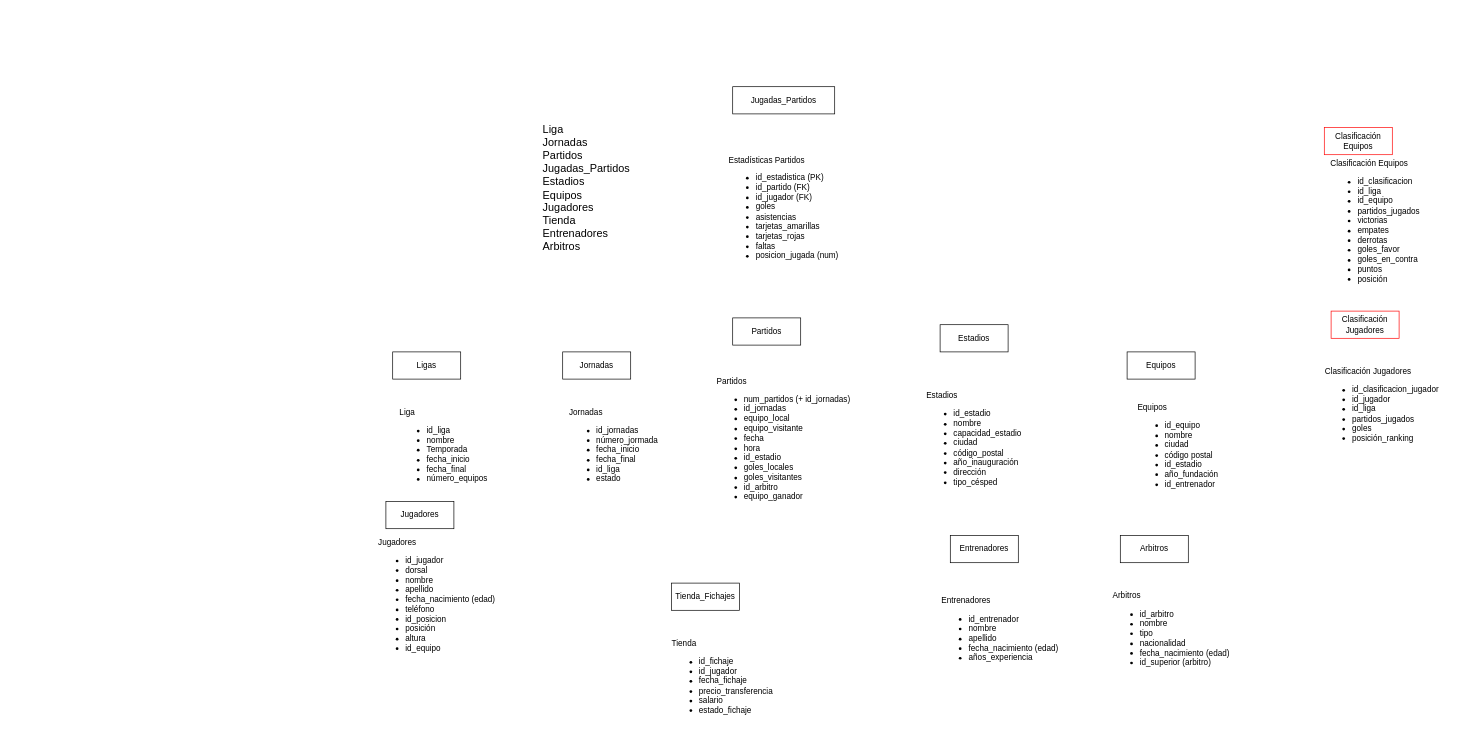
The draw.io diagram page "CONTENIDO" (1 of 2) of MODELO Xtart Manager.drawio in LauraOtero05/Proyecto_2_Trimestre--BASE-DE-DATOS, before the edit. Source tidied: cells renumbered, new cells numbered last; positions are measured from the earlier drawing's top-left corner, leaving out a move shared by most shapes. Both pictures are drawn from the tidied source at 68%, with x=0, y=0 at pixel (352, 86).
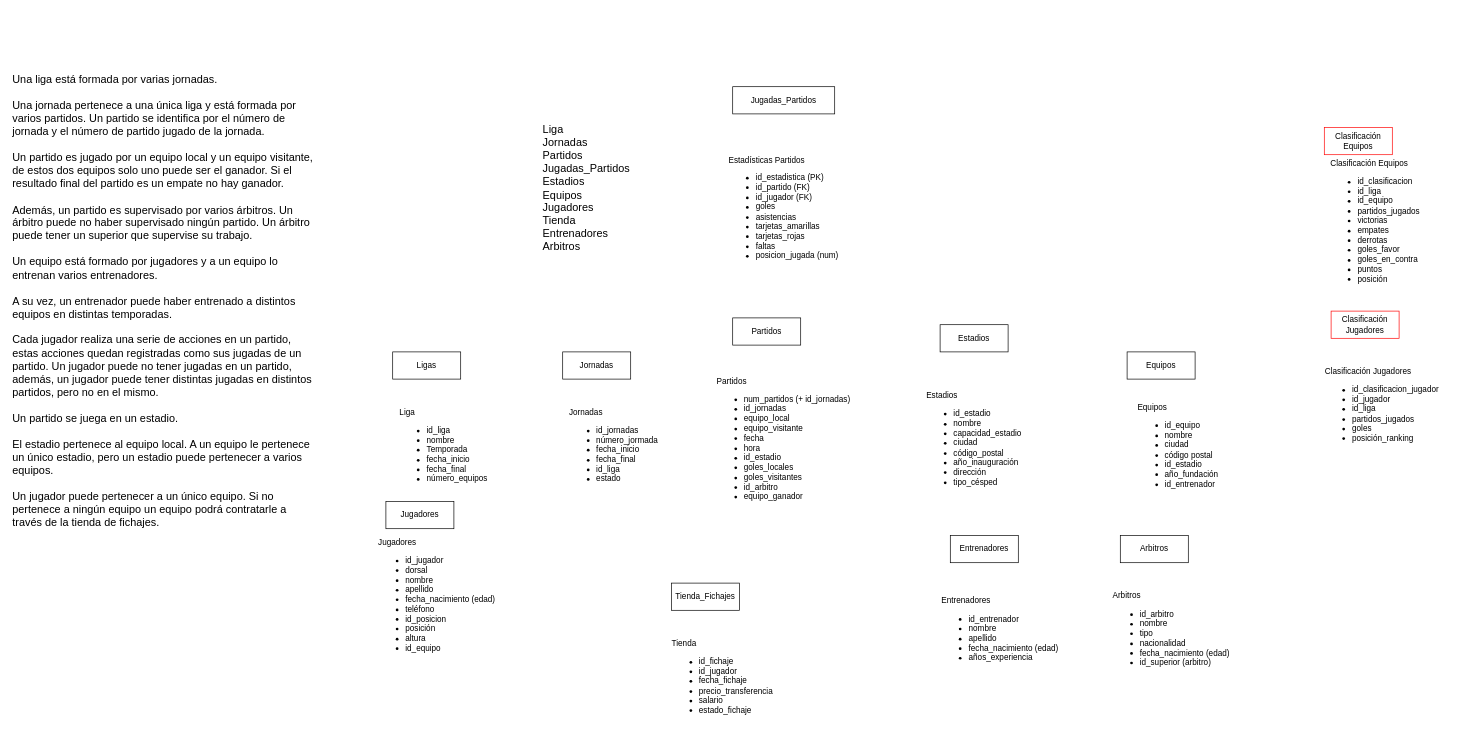
The same page after the edit.

What changed in the source:
```diff
@@
+    <mxCell id="27" value="&lt;div style=&quot;text-align: left;&quot;&gt;&lt;div&gt;Una liga está formada por varias jornadas.&amp;nbsp;&lt;/div&gt;&lt;div&gt;&lt;br&gt;&lt;/div&gt;&lt;div&gt;Una jornada pertenece a una única liga y está formada por varios partidos. Un partido se identifica por el número de jornada y el número de partido jugado de la jornada.&lt;/div&gt;&lt;div&gt;&lt;br&gt;&lt;/div&gt;&lt;div&gt;Un partido es jugado por un equipo local y un equipo visitante, de estos dos equipos solo uno puede ser el ganador. Si el resultado final del partido es un empate no hay ganador.&lt;/div&gt;&lt;div&gt;&lt;br&gt;&lt;/div&gt;&lt;div&gt;Además, un partido es supervisado por varios árbitros. Un árbitro puede no haber supervisado ningún partido. Un árbitro puede tener un superior que supervise su trabajo.&amp;nbsp;&lt;/div&gt;&lt;div&gt;&lt;br&gt;&lt;/div&gt;&lt;div&gt;Un equipo está formado por jugadores y a un equipo lo entrenan varios entrenadores.&amp;nbsp;&lt;/div&gt;&lt;div&gt;&lt;br&gt;&lt;/div&gt;&lt;div&gt;A su vez, un entrenador puede haber entrenado a distintos equipos en distintas temporadas.&amp;nbsp;&lt;/div&gt;&lt;div&gt;&lt;br&gt;&lt;/div&gt;&lt;div&gt;Cada jugador realiza una serie de acciones en un partido, estas acciones quedan registradas como sus jugadas de un partido. Un jugador puede no tener jugadas en un partido, además, un jugador puede tener distintas jugadas en distintos partidos, pero no en el mismo.&lt;/div&gt;&lt;div&gt;&lt;br&gt;&lt;/div&gt;&lt;div&gt;Un partido se juega en un estadio.&amp;nbsp;&lt;/div&gt;&lt;div&gt;&lt;br&gt;&lt;/div&gt;&lt;div&gt;El estadio pertenece al equipo local. A un equipo le pertenece un único estadio, pero un estadio puede pertenecer a varios equipos.&lt;/div&gt;&lt;div&gt;&lt;br&gt;&lt;/div&gt;&lt;div&gt;Un jugador puede pertenecer a un único equipo. Si no pertenece a ningún equipo un equipo podrá contratarle a través de la tienda de fichajes.&lt;/div&gt;&lt;/div&gt;" style="text;html=1;whiteSpace=wrap;strokeColor=none;fillColor=none;align=center;verticalAlign=middle;rounded=0;fontSize=16;" parent="1" vertex="1">
+      <mxGeometry x="-500" y="-110" width="450" height="850" as="geometry" />
+    </mxCell>
```
